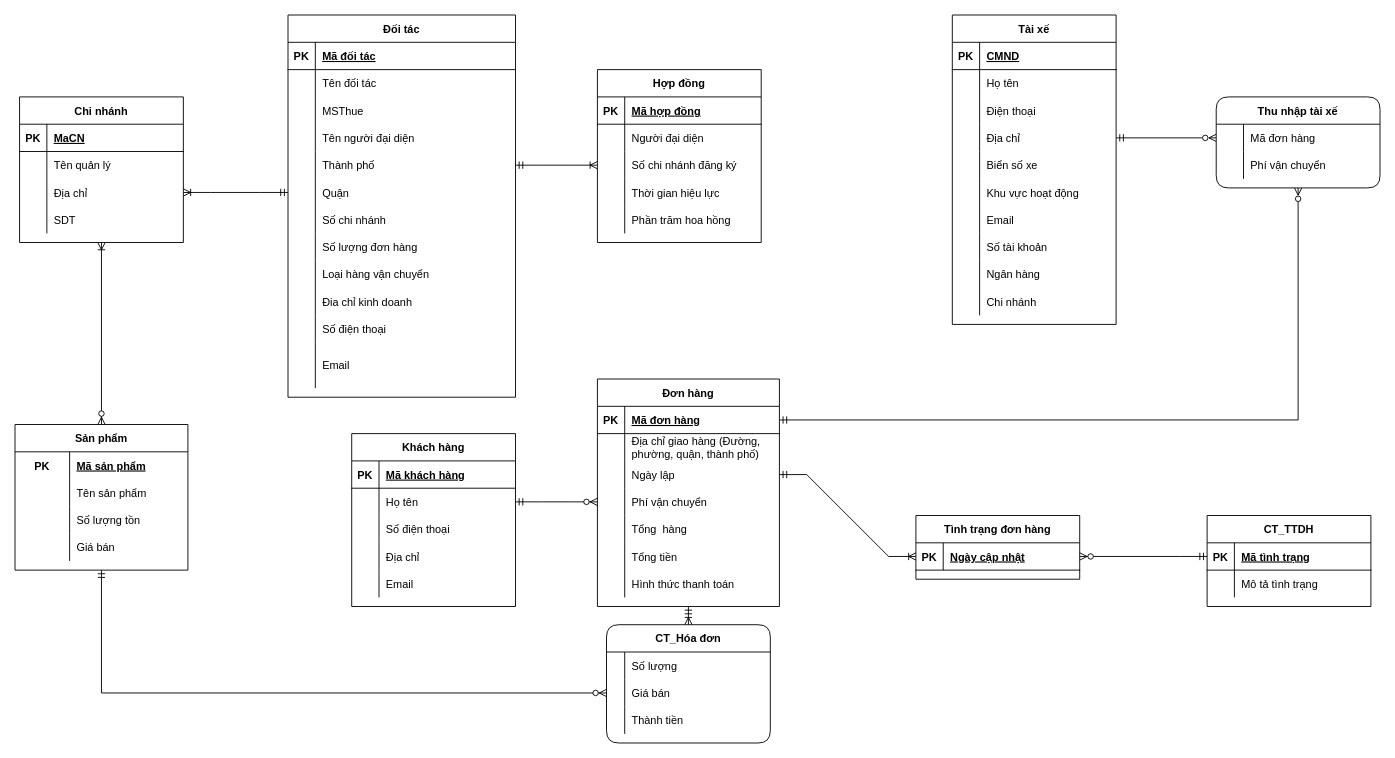
tranngoclam16/HQT-CSDL keeps this draw.io diagram as HQT-CSDL.drawio. Above is the earlier version. Source tidied: cells renumbered, new cells numbered last; positions are measured from the earlier drawing's top-left corner, leaving out a move shared by most shapes. Both pictures are drawn from the tidied source at 91%, with x=0, y=0 at pixel (15, 15).
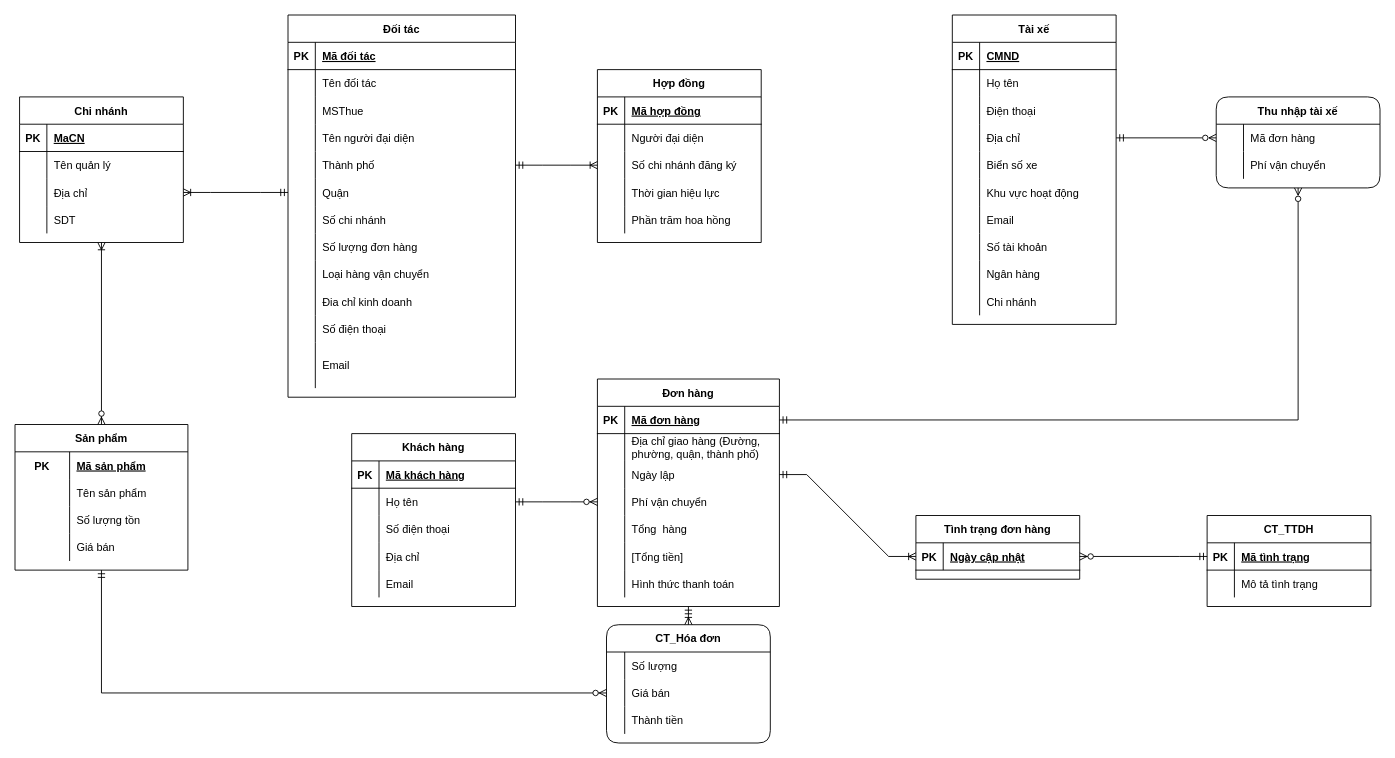
The same page after the edit.

Unchanged cells that the change refers to:
```xml
<mxCell id="115" style="shape=partialRectangle;fillColor=none;top=0;left=0;bottom=0;right=0;" parent="99" vertex="1">
  <mxGeometry y="180" width="200" height="30" as="geometry" />
</mxCell>
```

The edit, as a diff of the source:
```diff
@@
-    <mxCell id="117" value="Tổng tiền" style="shape=partialRectangle;fillColor=none;top=0;left=0;bottom=0;right=0;align=left;spacingLeft=6;overflow=hidden;" parent="115" vertex="1">
+    <mxCell id="117" value="[Tổng tiền]" style="shape=partialRectangle;fillColor=none;top=0;left=0;bottom=0;right=0;align=left;spacingLeft=6;overflow=hidden;" parent="115" vertex="1">
       <mxGeometry x="30" width="170" height="30" as="geometry" />
     </mxCell>
```
